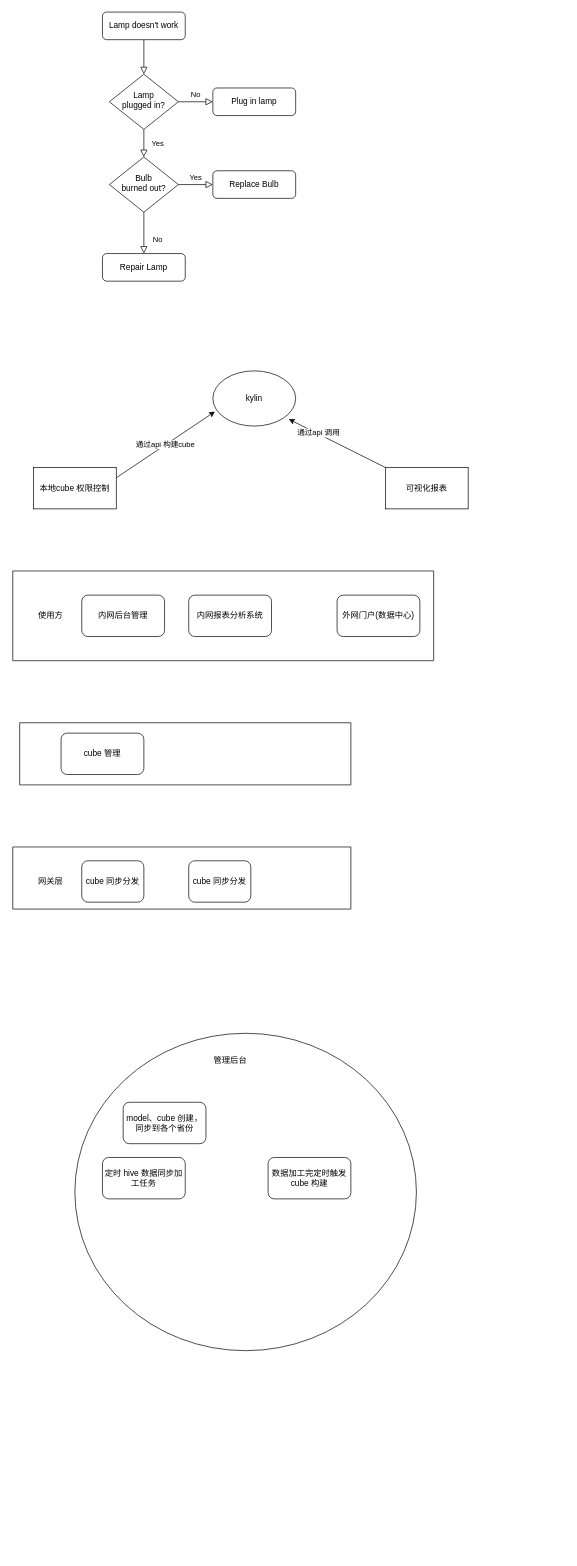
Earlier version of the draw.io diagram Untitled Diagram.drawio (bandly/drawio). Source tidied: cells renumbered, new cells numbered last; positions are measured from the earlier drawing's top-left corner, leaving out a move shared by most shapes. Both pictures are drawn from the tidied source at 69%, with x=0, y=0 at pixel (12, 12).
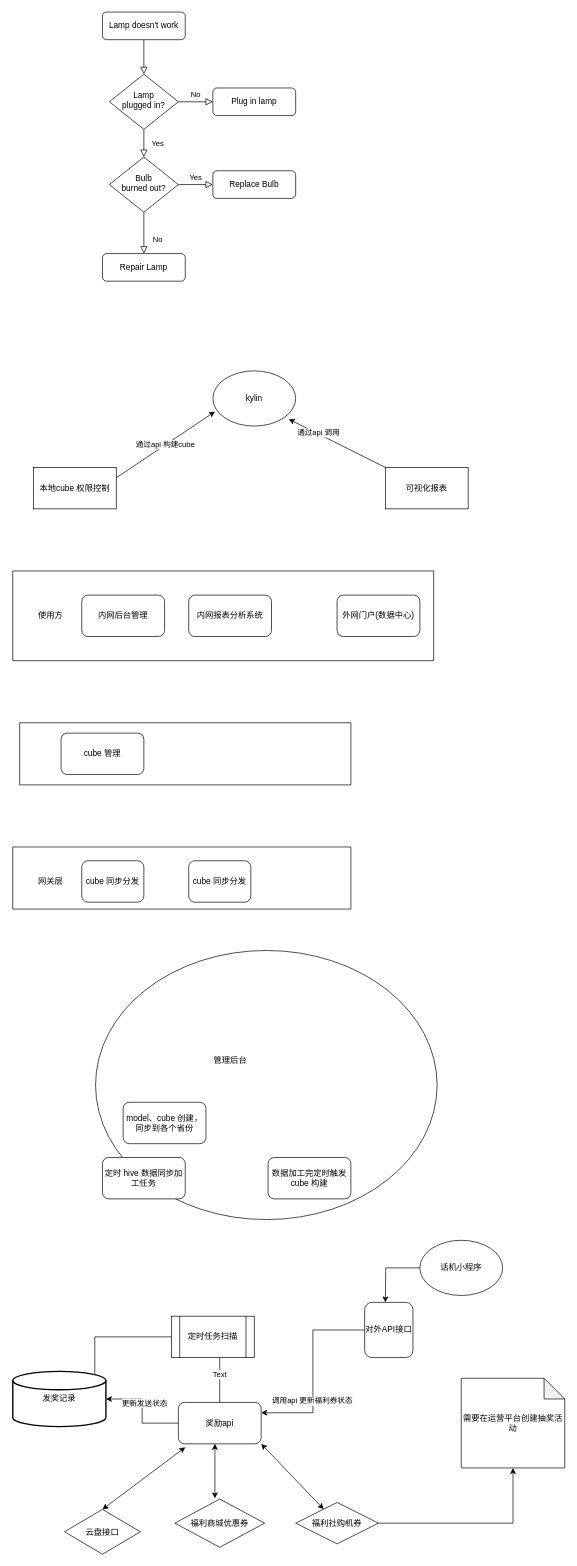
Above is the later version.

Change to the diagram source:
```diff
@@
     <mxCell id="30" style="ellipse;whiteSpace=wrap;html=1;" parent="1" vertex="1">
-      <mxGeometry x="90" y="1480" width="495" height="460" as="geometry" />
+      <mxGeometry x="120" y="1360" width="495" height="390" as="geometry" />
     </mxCell>
@@
+    <mxCell id="35" style="edgeStyle=orthogonalEdgeStyle;rounded=0;jettySize=auto;html=1;entryX=0.881;entryY=0.225;entryDx=0;entryDy=0;entryPerimeter=0;" parent="1" edge="1" source="38" target="39">
+      <mxGeometry relative="1" as="geometry" />
+    </mxCell>
+    <mxCell id="36" style="edgeStyle=orthogonalEdgeStyle;rounded=0;jettySize=auto;html=1;" parent="1" edge="1" source="38">
+      <mxGeometry relative="1" as="geometry">
+        <mxPoint x="290" y="2020" as="targetPoint" />
+        <Array as="points">
+          <mxPoint x="300" y="2020" />
+        </Array>
+      </mxGeometry>
+    </mxCell>
+    <mxCell id="37" value="Text" style="edgeLabel;html=1;align=center;verticalAlign=middle;" parent="36" vertex="1">
+      <mxGeometry x="-0.4" y="-1" relative="1" as="geometry" />
+    </mxCell>
+    <mxCell id="38" value="定时任务扫描" style="shape=process;whiteSpace=wrap;html=1;backgroundOutline=1;" parent="1" vertex="1">
+      <mxGeometry x="230" y="1890" width="120" height="60" as="geometry" />
+    </mxCell>
+    <mxCell id="39" value="发奖记录" style="strokeWidth=2;html=1;shape=mxgraph.flowchart.database;whiteSpace=wrap;" parent="1" vertex="1">
+      <mxGeometry y="1970" width="135" height="80" as="geometry" />
+    </mxCell>
+    <mxCell id="40" style="edgeStyle=orthogonalEdgeStyle;rounded=0;jettySize=auto;html=1;" parent="1" edge="1" source="42" target="39">
+      <mxGeometry relative="1" as="geometry" />
+    </mxCell>
+    <mxCell id="41" value="更新发送状态" style="edgeLabel;html=1;align=center;verticalAlign=middle;" parent="40" vertex="1">
+      <mxGeometry x="0.19" y="-2" relative="1" as="geometry">
+        <mxPoint x="1" y="1" as="offset" />
+      </mxGeometry>
+    </mxCell>
+    <mxCell id="42" value="奖励api" style="rounded=1;whiteSpace=wrap;html=1;" parent="1" vertex="1">
+      <mxGeometry x="240" y="2015" width="120" height="60" as="geometry" />
+    </mxCell>
+    <mxCell id="43" value="云盘接口" style="rhombus;whiteSpace=wrap;html=1;" parent="1" vertex="1">
+      <mxGeometry x="75" y="2170" width="110" height="65" as="geometry" />
+    </mxCell>
+    <mxCell id="44" value="福利商城优惠券" style="rhombus;whiteSpace=wrap;html=1;" parent="1" vertex="1">
+      <mxGeometry x="235" y="2155" width="130" height="70" as="geometry" />
+    </mxCell>
+    <mxCell id="45" style="edgeStyle=orthogonalEdgeStyle;rounded=0;jettySize=auto;html=1;" parent="1" edge="1" source="46" target="47">
+      <mxGeometry relative="1" as="geometry" />
+    </mxCell>
+    <mxCell id="46" value="福利社购机券" style="rhombus;whiteSpace=wrap;html=1;" parent="1" vertex="1">
+      <mxGeometry x="410" y="2160" width="120" height="60" as="geometry" />
+    </mxCell>
+    <mxCell id="47" value="需要在运营平台创建抽奖活动" style="shape=note;whiteSpace=wrap;html=1;backgroundOutline=1;darkOpacity=0.05;" parent="1" vertex="1">
+      <mxGeometry x="650" y="1980" width="150" height="130" as="geometry" />
+    </mxCell>
+    <mxCell id="48" style="endArrow=classic;startArrow=classic;html=1;" parent="1" edge="1">
+      <mxGeometry relative="1" as="geometry">
+        <mxPoint x="130" y="2170" as="sourcePoint" />
+        <mxPoint x="250" y="2080" as="targetPoint" />
+      </mxGeometry>
+    </mxCell>
+    <mxCell id="49" style="endArrow=classic;startArrow=classic;html=1;entryX=1;entryY=1;entryDx=0;entryDy=0;" parent="1" edge="1" source="46" target="42">
+      <mxGeometry relative="1" as="geometry" />
+    </mxCell>
+    <mxCell id="50" style="endArrow=classic;startArrow=classic;html=1;entryX=1;entryY=1;entryDx=0;entryDy=0;exitX=0.446;exitY=-0.014;exitDx=0;exitDy=0;exitPerimeter=0;" parent="1" edge="1" source="44">
+      <mxGeometry relative="1" as="geometry">
+        <mxPoint x="293" y="2075" as="targetPoint" />
+      </mxGeometry>
+    </mxCell>
+    <mxCell id="51" style="edgeStyle=orthogonalEdgeStyle;rounded=0;jettySize=auto;html=1;" parent="1" edge="1" source="52">
+      <mxGeometry relative="1" as="geometry">
+        <mxPoint x="540" y="1870" as="targetPoint" />
+      </mxGeometry>
+    </mxCell>
+    <mxCell id="52" value="话机小程序" style="ellipse;whiteSpace=wrap;html=1;" parent="1" vertex="1">
+      <mxGeometry x="590" y="1780" width="120" height="80" as="geometry" />
+    </mxCell>
+    <mxCell id="53" style="edgeStyle=orthogonalEdgeStyle;rounded=0;jettySize=auto;html=1;entryX=1;entryY=0.25;entryDx=0;entryDy=0;" parent="1" edge="1" source="55" target="42">
+      <mxGeometry relative="1" as="geometry" />
+    </mxCell>
+    <mxCell id="54" value="调用api 更新福利券状态" style="edgeLabel;html=1;align=center;verticalAlign=middle;" parent="53" vertex="1">
+      <mxGeometry x="0.31" y="-2" relative="1" as="geometry" />
+    </mxCell>
+    <mxCell id="55" value="对外API接口" style="rounded=1;whiteSpace=wrap;html=1;" parent="1" vertex="1">
+      <mxGeometry x="510" y="1870" width="70" height="80" as="geometry" />
+    </mxCell>
```
